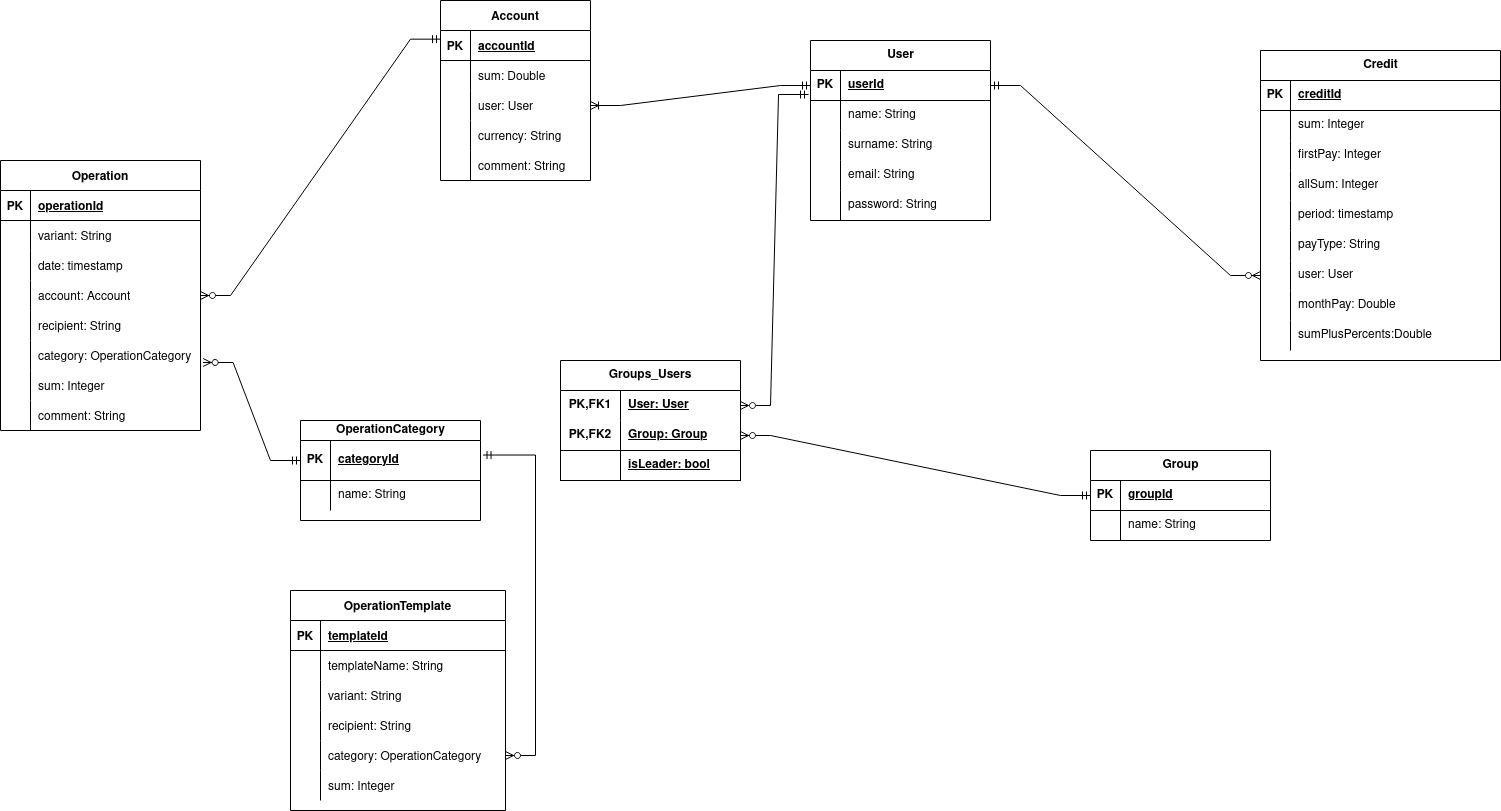
Before: diagrams/ER.png, a diagram exported from draw.io (dany0k/TP-5.2-2). Source tidied: cells renumbered, new cells last; positions are measured from the earlier drawing's top-left corner, leaving out a move shared by most shapes.
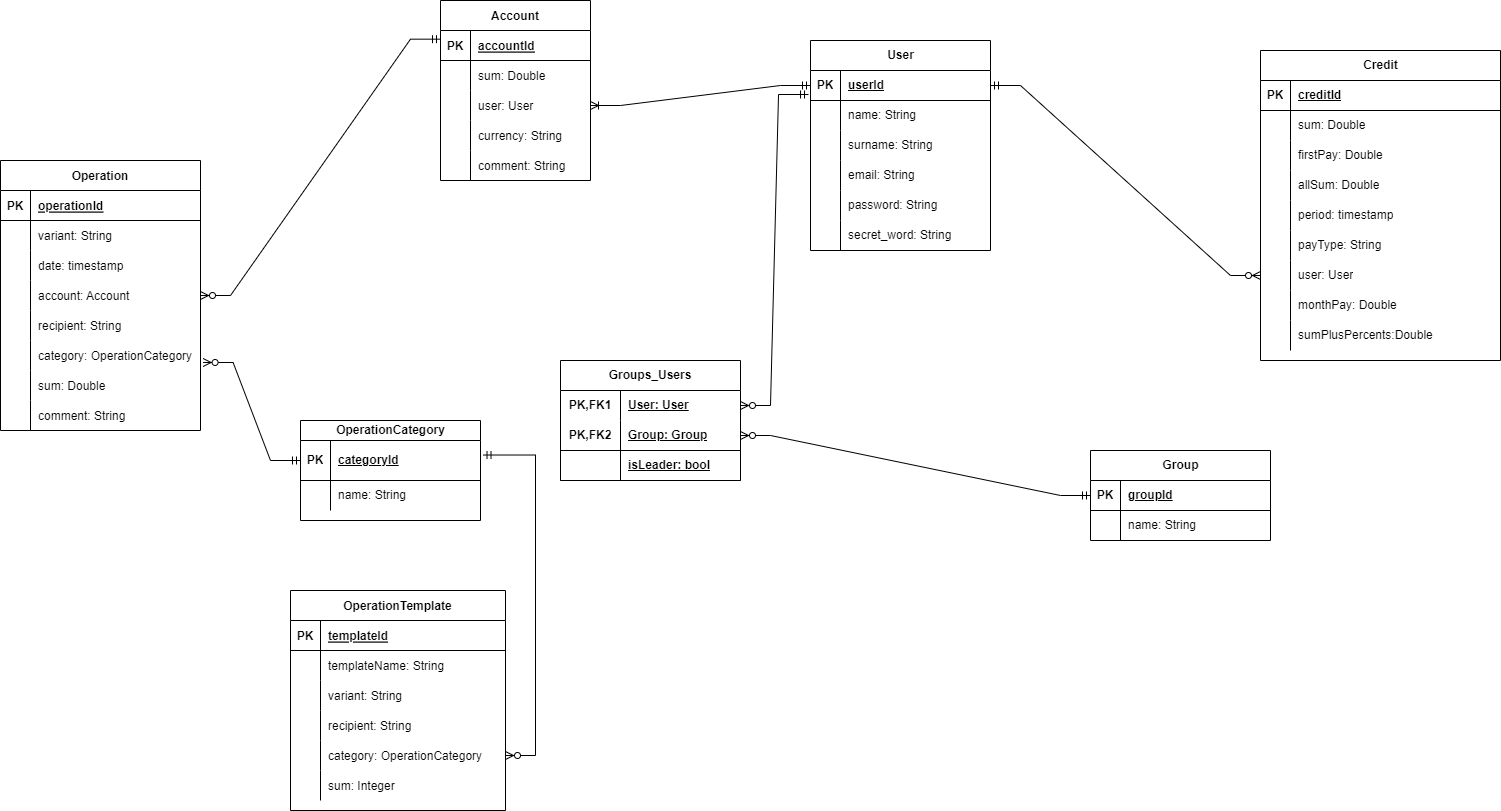
After the change.

What changed in the source:
```diff
@@ -65,7 +65,7 @@
     <mxCell id="22" style="shape=partialRectangle;fillColor=none;top=0;left=0;bottom=0;right=0;overflow=hidden;" parent="21" vertex="1">
       <mxGeometry width="30" height="30" as="geometry" />
     </mxCell>
-    <mxCell id="23" value="sum: Integer" style="shape=partialRectangle;fillColor=none;top=0;left=0;bottom=0;right=0;align=left;spacingLeft=6;overflow=hidden;" parent="21" vertex="1">
+    <mxCell id="23" value="sum: Double" style="shape=partialRectangle;fillColor=none;top=0;left=0;bottom=0;right=0;align=left;spacingLeft=6;overflow=hidden;" parent="21" vertex="1">
       <mxGeometry x="30" width="170" height="30" as="geometry" />
     </mxCell>
     <mxCell id="24" style="shape=tableRow;horizontal=0;startSize=0;swimlaneHead=0;swimlaneBody=0;fillColor=none;top=0;left=0;right=0;bottom=0;" parent="2" vertex="1">
@@ -201,7 +201,7 @@
       <mxGeometry x="30" width="120" height="30" as="geometry" />
     </mxCell>
     <mxCell id="68" value="User" style="shape=table;startSize=30;rowLines=0;fontStyle=1;align=center;html=1;" parent="1" vertex="1">
-      <mxGeometry x="810" y="40" width="180" height="180" as="geometry" />
+      <mxGeometry x="810" y="40" width="180" height="210" as="geometry" />
     </mxCell>
     <mxCell id="69" style="shape=tableRow;horizontal=0;startSize=0;swimlaneHead=0;swimlaneBody=0;fillColor=none;points=[[0,0.5],[1,0.5]];portConstraint=eastwest;top=0;left=0;right=0;bottom=1;" parent="68" vertex="1">
       <mxGeometry y="30" width="180" height="30" as="geometry" />
@@ -299,7 +299,7 @@
     <mxCell id="100" style="shape=partialRectangle;fillColor=none;top=0;left=0;bottom=0;right=0;overflow=hidden;whiteSpace=wrap;html=1;" parent="99" vertex="1">
       <mxGeometry width="30" height="30" as="geometry" />
     </mxCell>
-    <mxCell id="101" value="sum: Integer" style="shape=partialRectangle;fillColor=none;top=0;left=0;bottom=0;right=0;align=left;spacingLeft=6;overflow=hidden;whiteSpace=wrap;html=1;" parent="99" vertex="1">
+    <mxCell id="101" value="sum: Double" style="shape=partialRectangle;fillColor=none;top=0;left=0;bottom=0;right=0;align=left;spacingLeft=6;overflow=hidden;whiteSpace=wrap;html=1;" parent="99" vertex="1">
       <mxGeometry x="30" width="210" height="30" as="geometry" />
     </mxCell>
     <mxCell id="102" style="shape=tableRow;horizontal=0;startSize=0;swimlaneHead=0;swimlaneBody=0;fillColor=none;top=0;left=0;right=0;bottom=0;" parent="95" vertex="1">
@@ -308,7 +308,7 @@
     <mxCell id="103" style="shape=partialRectangle;fillColor=none;top=0;left=0;bottom=0;right=0;overflow=hidden;whiteSpace=wrap;html=1;" parent="102" vertex="1">
       <mxGeometry width="30" height="30" as="geometry" />
     </mxCell>
-    <mxCell id="104" value="firstPay: Integer" style="shape=partialRectangle;fillColor=none;top=0;left=0;bottom=0;right=0;align=left;spacingLeft=6;overflow=hidden;whiteSpace=wrap;html=1;" parent="102" vertex="1">
+    <mxCell id="104" value="firstPay: Double" style="shape=partialRectangle;fillColor=none;top=0;left=0;bottom=0;right=0;align=left;spacingLeft=6;overflow=hidden;whiteSpace=wrap;html=1;" parent="102" vertex="1">
       <mxGeometry x="30" width="210" height="30" as="geometry" />
     </mxCell>
     <mxCell id="105" style="shape=tableRow;horizontal=0;startSize=0;swimlaneHead=0;swimlaneBody=0;fillColor=none;top=0;left=0;right=0;bottom=0;" parent="95" vertex="1">
@@ -317,7 +317,7 @@
     <mxCell id="106" style="shape=partialRectangle;fillColor=none;top=0;left=0;bottom=0;right=0;overflow=hidden;whiteSpace=wrap;html=1;" parent="105" vertex="1">
       <mxGeometry width="30" height="30" as="geometry" />
     </mxCell>
-    <mxCell id="107" value="allSum: Integer" style="shape=partialRectangle;fillColor=none;top=0;left=0;bottom=0;right=0;align=left;spacingLeft=6;overflow=hidden;whiteSpace=wrap;html=1;" parent="105" vertex="1">
+    <mxCell id="107" value="allSum: Double" style="shape=partialRectangle;fillColor=none;top=0;left=0;bottom=0;right=0;align=left;spacingLeft=6;overflow=hidden;whiteSpace=wrap;html=1;" parent="105" vertex="1">
       <mxGeometry x="30" width="210" height="30" as="geometry" />
     </mxCell>
     <mxCell id="108" style="shape=tableRow;horizontal=0;startSize=0;swimlaneHead=0;swimlaneBody=0;fillColor=none;top=0;left=0;right=0;bottom=0;" parent="95" vertex="1">
@@ -425,5 +425,14 @@
     <mxCell id="142" style="edgeStyle=entityRelationEdgeStyle;fontSize=12;html=1;endArrow=ERmandOne;startArrow=ERzeroToMany;rounded=0;entryX=-0.011;entryY=0.8;entryDx=0;entryDy=0;entryPerimeter=0;exitX=1;exitY=0.5;exitDx=0;exitDy=0;startFill=0;endFill=0;" parent="1" edge="1" source="132" target="69">
       <mxGeometry relative="1" as="geometry" />
     </mxCell>
+    <mxCell id="143" value="secret_word: String" style="shape=partialRectangle;fillColor=none;top=0;left=0;bottom=0;right=0;align=left;spacingLeft=6;overflow=hidden;whiteSpace=wrap;html=1;" parent="1" vertex="1">
+      <mxGeometry x="840" y="220" width="150" height="30" as="geometry" />
+    </mxCell>
+    <mxCell id="144" style="endArrow=none;html=1;rounded=0;" parent="1" edge="1">
+      <mxGeometry relative="1" as="geometry">
+        <mxPoint x="840" y="250" as="sourcePoint" />
+        <mxPoint x="840" y="220" as="targetPoint" />
+      </mxGeometry>
+    </mxCell>
   </root>
 </mxGraphModel>
```
